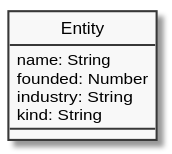
The PlantUML diagram ecma/assets/object-company.svg in ifpb/javascript-guide, before a commit.
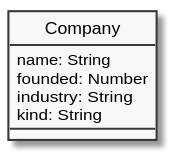
After the commit.

Commit message:
fixing object company

Change to the diagram source:
```diff
@@ -3,7 +3,7 @@
 skinparam monochrome true
 hide circle
 
-class Entity {
+class Company {
   name: String
   founded: Number
   industry: String
```
